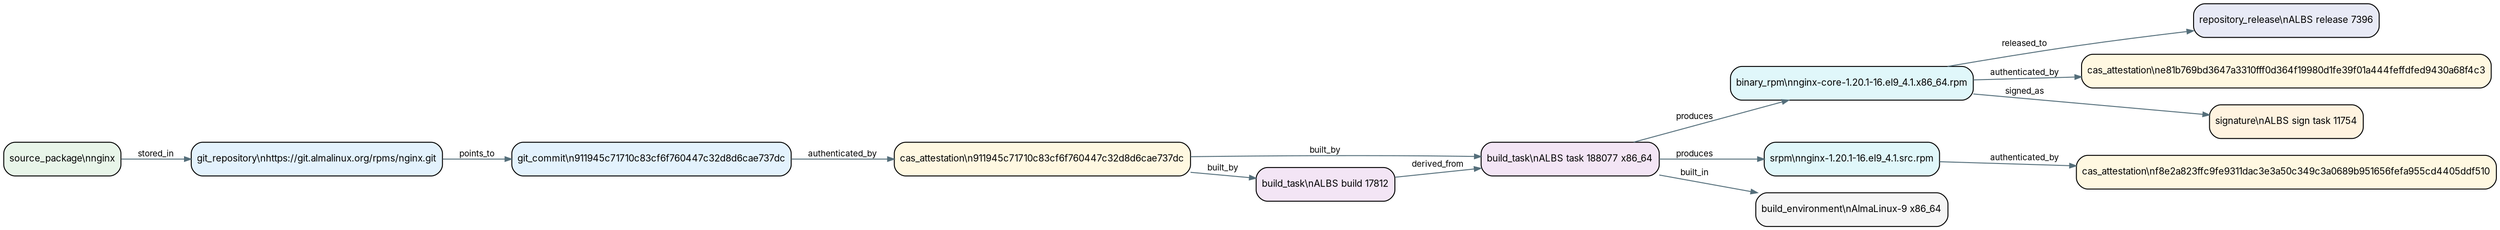
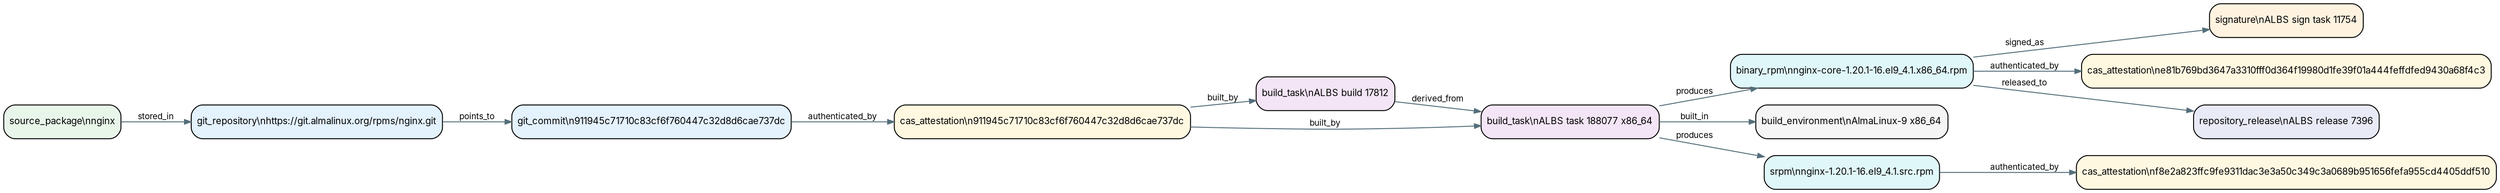
digraph albs_provenance {
  graph [rankdir=LR, bgcolor="white", fontname="Inter"];
  node [shape=box, style="rounded,filled", fontname="Inter", fontsize=10, margin="0.08,0.06"];
  edge [fontname="Inter", fontsize=9, color="#546E7A", arrowsize=0.7];
+   "src:nginx" [label="source_package\\nnginx", fillcolor="#E8F5E9"];
+   "cas:source:nginx:911945c71710c83cf6f760447c32d8d6cae737dc" [label="cas_attestation\\n911945c71710c83cf6f760447c32d8d6cae737dc", fillcolor="#FFF8E1"];
+   "rpm:3237140:nginx-core-1.20.1-16.el9_4.1.x86_64.rpm" [label="binary_rpm\\nnginx-core-1.20.1-16.el9_4.1.x86_64.rpm", fillcolor="#E0F7FA"];
+   "sig:albs:11754" [label="signature\\nALBS sign task 11754", fillcolor="#FFF3E0"];
+   "build:albs:17812" [label="build_task\\nALBS build 17812", fillcolor="#F3E5F5"];
+   "commit:nginx:911945c71710c83cf6f760447c32d8d6cae737dc" [label="git_commit\\n911945c71710c83cf6f760447c32d8d6cae737dc", fillcolor="#E3F2FD"];
+   "cas:artifact:e81b769bd3647a3310fff0d364f19980d1fe39f01a444feffdfed9430a68f4c3" [label="cas_attestation\\ne81b769bd3647a3310fff0d364f19980d1fe39f01a444feffdfed9430a68f4c3", fillcolor="#FFF8E1"];
  "build:albs-task:188077" [label="build_task\\nALBS task 188077 x86_64", fillcolor="#F3E5F5"];
-   "rpm:3237140:nginx-core-1.20.1-16.el9_4.1.x86_64.rpm" [label="binary_rpm\\nnginx-core-1.20.1-16.el9_4.1.x86_64.rpm", fillcolor="#E0F7FA"];
+   "git:https://git.almalinux.org/rpms/nginx.git" [label="git_repository\\nhttps://git.almalinux.org/rpms/nginx.git", fillcolor="#E3F2FD"];
+   "cas:artifact:f8e2a823ffc9fe9311dac3e3a50c349c3a0689b951656fefa955cd4405ddf510" [label="cas_attestation\\nf8e2a823ffc9fe9311dac3e3a50c349c3a0689b951656fefa955cd4405ddf510", fillcolor="#FFF8E1"];
+   "buildenv:AlmaLinux-9:x86_64" [label="build_environment\\nAlmaLinux-9 x86_64", fillcolor="#F5F5F5"];
  "srpm:3237035:nginx-1.20.1-16.el9_4.1.src.rpm" [label="srpm\\nnginx-1.20.1-16.el9_4.1.src.rpm", fillcolor="#E0F7FA"];
  "repo-release:ALBS release 7396" [label="repository_release\\nALBS release 7396", fillcolor="#E8EAF6"];
-   "git:https://git.almalinux.org/rpms/nginx.git" [label="git_repository\\nhttps://git.almalinux.org/rpms/nginx.git", fillcolor="#E3F2FD"];
-   "cas:artifact:e81b769bd3647a3310fff0d364f19980d1fe39f01a444feffdfed9430a68f4c3" [label="cas_attestation\\ne81b769bd3647a3310fff0d364f19980d1fe39f01a444feffdfed9430a68f4c3", fillcolor="#FFF8E1"];
-   "buildenv:AlmaLinux-9:x86_64" [label="build_environment\\nAlmaLinux-9 x86_64", fillcolor="#F5F5F5"];
-   "sig:albs:11754" [label="signature\\nALBS sign task 11754", fillcolor="#FFF3E0"];
-   "commit:nginx:911945c71710c83cf6f760447c32d8d6cae737dc" [label="git_commit\\n911945c71710c83cf6f760447c32d8d6cae737dc", fillcolor="#E3F2FD"];
-   "cas:artifact:f8e2a823ffc9fe9311dac3e3a50c349c3a0689b951656fefa955cd4405ddf510" [label="cas_attestation\\nf8e2a823ffc9fe9311dac3e3a50c349c3a0689b951656fefa955cd4405ddf510", fillcolor="#FFF8E1"];
-   "cas:source:nginx:911945c71710c83cf6f760447c32d8d6cae737dc" [label="cas_attestation\\n911945c71710c83cf6f760447c32d8d6cae737dc", fillcolor="#FFF8E1"];
-   "build:albs:17812" [label="build_task\\nALBS build 17812", fillcolor="#F3E5F5"];
-   "src:nginx" [label="source_package\\nnginx", fillcolor="#E8F5E9"];
  "src:nginx" -> "git:https://git.almalinux.org/rpms/nginx.git" [label="stored_in"];
  "git:https://git.almalinux.org/rpms/nginx.git" -> "commit:nginx:911945c71710c83cf6f760447c32d8d6cae737dc" [label="points_to"];
  "commit:nginx:911945c71710c83cf6f760447c32d8d6cae737dc" -> "cas:source:nginx:911945c71710c83cf6f760447c32d8d6cae737dc" [label="authenticated_by"];
  "cas:source:nginx:911945c71710c83cf6f760447c32d8d6cae737dc" -> "build:albs:17812" [label="built_by"];
  "cas:source:nginx:911945c71710c83cf6f760447c32d8d6cae737dc" -> "build:albs-task:188077" [label="built_by"];
  "build:albs:17812" -> "build:albs-task:188077" [label="derived_from"];
  "build:albs-task:188077" -> "buildenv:AlmaLinux-9:x86_64" [label="built_in"];
  "build:albs-task:188077" -> "srpm:3237035:nginx-1.20.1-16.el9_4.1.src.rpm" [label="produces"];
  "srpm:3237035:nginx-1.20.1-16.el9_4.1.src.rpm" -> "cas:artifact:f8e2a823ffc9fe9311dac3e3a50c349c3a0689b951656fefa955cd4405ddf510" [label="authenticated_by"];
  "build:albs-task:188077" -> "rpm:3237140:nginx-core-1.20.1-16.el9_4.1.x86_64.rpm" [label="produces"];
  "rpm:3237140:nginx-core-1.20.1-16.el9_4.1.x86_64.rpm" -> "cas:artifact:e81b769bd3647a3310fff0d364f19980d1fe39f01a444feffdfed9430a68f4c3" [label="authenticated_by"];
  "rpm:3237140:nginx-core-1.20.1-16.el9_4.1.x86_64.rpm" -> "repo-release:ALBS release 7396" [label="released_to"];
  "rpm:3237140:nginx-core-1.20.1-16.el9_4.1.x86_64.rpm" -> "sig:albs:11754" [label="signed_as"];
}
